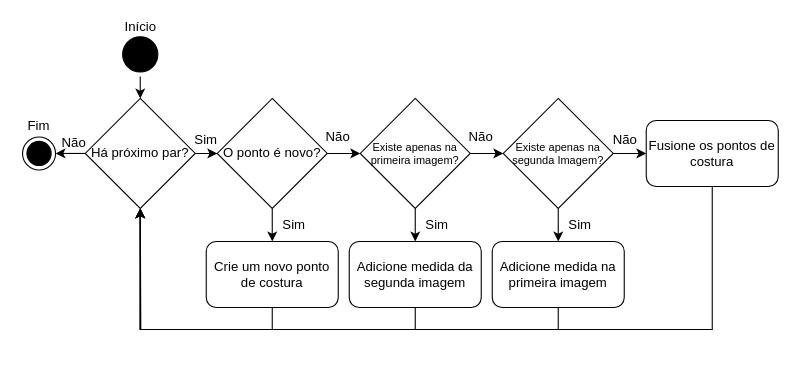
Above: page "Fluxo_medidas" (5 of 6) of Final_Diagrams.drawio in tatorj/Tcc (draw.io), before the change. Source tidied: cells renumbered, new cells numbered last; positions are measured from the earlier drawing's top-left corner, leaving out a move shared by most shapes. Both pictures are drawn from the tidied source at 110%, with x=0, y=0 at pixel (22, 21).
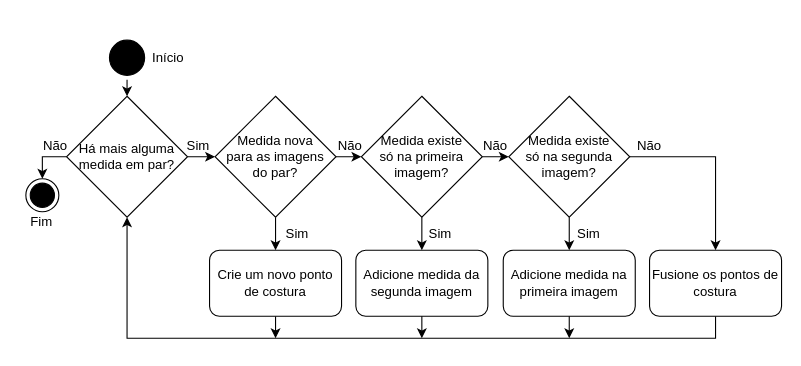
Above is the later version.

The edit, as a diff of the source:
```diff
@@
     <mxCell id="3" style="ellipse;html=1;shape=startState;fillColor=#000000;strokeColor=#000000;" parent="1" vertex="1">
-      <mxGeometry x="87" y="10" width="40" height="40" as="geometry" />
+      <mxGeometry x="75" y="13" width="40" height="40" as="geometry" />
     </mxCell>
-    <mxCell id="4" style="edgeStyle=orthogonalEdgeStyle;rounded=0;jettySize=auto;html=1;fontSize=10;" parent="1" edge="1" source="6" target="15">
+    <mxCell id="4" style="edgeStyle=orthogonalEdgeStyle;rounded=0;jettySize=auto;html=1;fontSize=12;" parent="1" edge="1" source="6" target="15">
       <mxGeometry relative="1" as="geometry" />
     </mxCell>
-    <mxCell id="5" style="edgeStyle=orthogonalEdgeStyle;rounded=0;jettySize=auto;html=1;exitX=0;exitY=0.5;exitDx=0;exitDy=0;entryX=1;entryY=0.5;entryDx=0;entryDy=0;" parent="1" edge="1" source="6" target="32">
+    <mxCell id="5" style="edgeStyle=orthogonalEdgeStyle;rounded=0;jettySize=auto;html=1;exitX=0;exitY=0.5;exitDx=0;exitDy=0;entryX=0.5;entryY=0;entryDx=0;entryDy=0;fontSize=12;" parent="1" edge="1" source="6" target="32">
       <mxGeometry relative="1" as="geometry" />
     </mxCell>
-    <mxCell id="6" value="Há próximo par?" style="rhombus;whiteSpace=wrap;html=1;strokeColor=#000000;" parent="1" vertex="1">
-      <mxGeometry x="57" y="70" width="100" height="100" as="geometry" />
+    <mxCell id="6" value="Há mais alguma&lt;br&gt;medida em par?" style="rhombus;whiteSpace=wrap;html=1;strokeColor=#000000;gradientColor=none;fontSize=12;" parent="1" vertex="1">
+      <mxGeometry x="40" y="68" width="110" height="110" as="geometry" />
     </mxCell>
-    <mxCell id="7" style="edgeStyle=orthogonalEdgeStyle;rounded=0;jettySize=auto;html=1;" parent="1" edge="1" source="9" target="12">
+    <mxCell id="7" style="edgeStyle=orthogonalEdgeStyle;rounded=0;jettySize=auto;html=1;fontSize=12;" parent="1" edge="1" source="9" target="12">
       <mxGeometry relative="1" as="geometry" />
     </mxCell>
@@
-    <mxCell id="9" value="Existe apenas na primeira imagem?" style="rhombus;whiteSpace=wrap;html=1;strokeColor=#000000;fontSize=10;" parent="1" vertex="1">
-      <mxGeometry x="307" y="70" width="100" height="100" as="geometry" />
+    <mxCell id="9" value="Medida existe&lt;br&gt;só na primeira imagem?" style="rhombus;whiteSpace=wrap;html=1;strokeColor=#000000;fontSize=12;" parent="1" vertex="1">
+      <mxGeometry x="308" y="68" width="110" height="110" as="geometry" />
     </mxCell>
@@
-    <mxCell id="12" value="Existe apenas na segunda Imagem?" style="rhombus;whiteSpace=wrap;html=1;strokeColor=#000000;verticalAlign=middle;align=center;horizontal=1;fontSize=10;" parent="1" vertex="1">
-      <mxGeometry x="437" y="70" width="100" height="100" as="geometry" />
+    <mxCell id="12" value="Medida existe&lt;br&gt;só na segunda imagem?" style="rhombus;whiteSpace=wrap;html=1;strokeColor=#000000;verticalAlign=middle;align=center;horizontal=1;fontSize=12;" parent="1" vertex="1">
+      <mxGeometry x="442" y="68" width="110" height="110" as="geometry" />
     </mxCell>
@@
-    <mxCell id="15" value="O ponto é novo?" style="rhombus;whiteSpace=wrap;html=1;strokeColor=#000000;" parent="1" vertex="1">
-      <mxGeometry x="177" y="70" width="100" height="100" as="geometry" />
+    <mxCell id="15" value="Medida nova &lt;br&gt;para as imagens &lt;br&gt;do par?" style="rhombus;whiteSpace=wrap;html=1;strokeColor=#000000;fontSize=12;" parent="1" vertex="1">
+      <mxGeometry x="175" y="68" width="110" height="110" as="geometry" />
     </mxCell>
-    <mxCell id="16" style="edgeStyle=orthogonalEdgeStyle;rounded=0;jettySize=auto;html=1;exitX=0.5;exitY=1;exitDx=0;exitDy=0;entryX=0.5;entryY=1;entryDx=0;entryDy=0;fontSize=12;" parent="1" edge="1" source="17" target="6">
-      <mxGeometry relative="1" as="geometry" />
+    <mxCell id="16" style="edgeStyle=orthogonalEdgeStyle;rounded=0;jettySize=auto;html=1;exitX=0.5;exitY=1;exitDx=0;exitDy=0;fontSize=12;" parent="1" edge="1" source="17">
+      <mxGeometry relative="1" as="geometry">
+        <mxPoint x="230" y="288" as="targetPoint" />
+      </mxGeometry>
     </mxCell>
-    <mxCell id="17" value="Crie um novo ponto de costura" style="rounded=1;whiteSpace=wrap;html=1;fontSize=12;strokeColor=#000000;" parent="1" vertex="1">
-      <mxGeometry x="167" y="200" width="120" height="60" as="geometry" />
+    <mxCell id="17" value="Crie um novo ponto de costura" style="rounded=1;whiteSpace=wrap;html=1;fontSize=12;strokeColor=#000000;flipH=1;flipV=1;" parent="1" vertex="1">
+      <mxGeometry x="170" y="208" width="120" height="60" as="geometry" />
     </mxCell>
-    <mxCell id="18" value="Sim" style="text;html=1;strokeColor=none;fillColor=none;align=center;verticalAlign=middle;whiteSpace=wrap;rounded=0;" parent="1" vertex="1">
-      <mxGeometry x="137" y="93" width="60" height="30" as="geometry" />
+    <mxCell id="18" value="Sim" style="text;html=1;strokeColor=none;fillColor=none;align=center;verticalAlign=middle;whiteSpace=wrap;rounded=0;fontSize=12;" parent="1" vertex="1">
+      <mxGeometry x="130" y="98" width="60" height="30" as="geometry" />
     </mxCell>
-    <mxCell id="19" value="Sim" style="text;html=1;strokeColor=none;fillColor=none;align=center;verticalAlign=middle;whiteSpace=wrap;rounded=0;" parent="1" vertex="1">
-      <mxGeometry x="477" y="170" width="60" height="30" as="geometry" />
+    <mxCell id="19" value="Sim" style="text;html=1;strokeColor=none;fillColor=none;align=center;verticalAlign=middle;whiteSpace=wrap;rounded=0;fontSize=12;" parent="1" vertex="1">
+      <mxGeometry x="485" y="178" width="60" height="30" as="geometry" />
     </mxCell>
-    <mxCell id="20" value="Sim" style="text;html=1;strokeColor=none;fillColor=none;align=center;verticalAlign=middle;whiteSpace=wrap;rounded=0;" parent="1" vertex="1">
-      <mxGeometry x="347" y="170" width="60" height="30" as="geometry" />
+    <mxCell id="20" value="Sim" style="text;html=1;strokeColor=none;fillColor=none;align=center;verticalAlign=middle;whiteSpace=wrap;rounded=0;fontSize=12;" parent="1" vertex="1">
+      <mxGeometry x="350" y="178" width="60" height="30" as="geometry" />
     </mxCell>
-    <mxCell id="21" value="Sim" style="text;html=1;strokeColor=none;fillColor=none;align=center;verticalAlign=middle;whiteSpace=wrap;rounded=0;" parent="1" vertex="1">
-      <mxGeometry x="217" y="170" width="60" height="30" as="geometry" />
+    <mxCell id="21" value="Sim" style="text;html=1;strokeColor=none;fillColor=none;align=center;verticalAlign=middle;whiteSpace=wrap;rounded=0;fontSize=12;" parent="1" vertex="1">
+      <mxGeometry x="220" y="178" width="60" height="30" as="geometry" />
     </mxCell>
-    <mxCell id="22" value="Não" style="text;html=1;strokeColor=none;fillColor=none;align=center;verticalAlign=middle;whiteSpace=wrap;rounded=0;" parent="1" vertex="1">
-      <mxGeometry x="17" y="96" width="60" height="30" as="geometry" />
+    <mxCell id="22" value="Não" style="text;html=1;strokeColor=none;fillColor=none;align=center;verticalAlign=middle;whiteSpace=wrap;rounded=0;fontSize=12;" parent="1" vertex="1">
+      <mxGeometry y="98" width="60" height="30" as="geometry" />
     </mxCell>
-    <mxCell id="23" value="Não" style="text;html=1;strokeColor=none;fillColor=none;align=center;verticalAlign=middle;whiteSpace=wrap;rounded=0;" parent="1" vertex="1">
-      <mxGeometry x="518" y="93" width="60" height="30" as="geometry" />
+    <mxCell id="23" value="Não" style="text;html=1;strokeColor=none;fillColor=none;align=center;verticalAlign=middle;whiteSpace=wrap;rounded=0;fontSize=12;" parent="1" vertex="1">
+      <mxGeometry x="540" y="98" width="60" height="30" as="geometry" />
     </mxCell>
-    <mxCell id="24" value="Não" style="text;html=1;strokeColor=none;fillColor=none;align=center;verticalAlign=middle;whiteSpace=wrap;rounded=0;" parent="1" vertex="1">
-      <mxGeometry x="387" y="90" width="60" height="30" as="geometry" />
+    <mxCell id="24" value="Não" style="text;html=1;strokeColor=none;fillColor=none;align=center;verticalAlign=middle;whiteSpace=wrap;rounded=0;fontSize=12;" parent="1" vertex="1">
+      <mxGeometry x="400" y="98" width="60" height="30" as="geometry" />
     </mxCell>
-    <mxCell id="25" value="Não" style="text;html=1;strokeColor=none;fillColor=none;align=center;verticalAlign=middle;whiteSpace=wrap;rounded=0;" parent="1" vertex="1">
-      <mxGeometry x="257" y="90" width="60" height="30" as="geometry" />
+    <mxCell id="25" value="Não" style="text;html=1;strokeColor=none;fillColor=none;align=center;verticalAlign=middle;whiteSpace=wrap;rounded=0;fontSize=12;" parent="1" vertex="1">
+      <mxGeometry x="268" y="98" width="60" height="30" as="geometry" />
     </mxCell>
-    <mxCell id="26" style="edgeStyle=orthogonalEdgeStyle;rounded=0;jettySize=auto;html=1;exitX=0.5;exitY=1;exitDx=0;exitDy=0;fontSize=12;" parent="1" edge="1" source="27">
+    <mxCell id="26" style="edgeStyle=orthogonalEdgeStyle;rounded=0;orthogonalLoop=1;jettySize=auto;html=1;exitX=0.5;exitY=1;exitDx=0;exitDy=0;fontSize=12;" parent="1" edge="1">
       <mxGeometry relative="1" as="geometry">
-        <mxPoint x="107" y="170" as="targetPoint" />
+        <mxPoint x="363" y="266" as="sourcePoint" />
+        <mxPoint x="363" y="288" as="targetPoint" />
       </mxGeometry>
     </mxCell>
-    <mxCell id="27" value="Adicione medida da segunda imagem" style="rounded=1;whiteSpace=wrap;html=1;fontSize=12;strokeColor=#000000;" parent="1" vertex="1">
-      <mxGeometry x="297" y="200" width="120" height="60" as="geometry" />
+    <mxCell id="27" value="Adicione medida da segunda imagem" style="rounded=1;whiteSpace=wrap;html=1;fontSize=12;strokeColor=#000000;flipH=1;flipV=1;" parent="1" vertex="1">
+      <mxGeometry x="303" y="208" width="120" height="60" as="geometry" />
     </mxCell>
-    <mxCell id="28" style="edgeStyle=orthogonalEdgeStyle;rounded=0;jettySize=auto;html=1;exitX=0.5;exitY=1;exitDx=0;exitDy=0;entryX=0.5;entryY=1;entryDx=0;entryDy=0;fontSize=12;" parent="1" edge="1" source="29" target="6">
-      <mxGeometry relative="1" as="geometry" />
+    <mxCell id="28" style="edgeStyle=orthogonalEdgeStyle;rounded=0;orthogonalLoop=1;jettySize=auto;html=1;exitX=0.5;exitY=1;exitDx=0;exitDy=0;fontSize=12;" parent="1" edge="1">
+      <mxGeometry relative="1" as="geometry">
+        <mxPoint x="497" y="266" as="sourcePoint" />
+        <mxPoint x="497" y="288" as="targetPoint" />
+      </mxGeometry>
     </mxCell>
-    <mxCell id="29" value="Adicione medida na primeira imagem" style="rounded=1;whiteSpace=wrap;html=1;fontSize=12;strokeColor=#000000;" parent="1" vertex="1">
-      <mxGeometry x="427" y="200" width="120" height="60" as="geometry" />
+    <mxCell id="29" value="Adicione medida na primeira imagem" style="rounded=1;whiteSpace=wrap;html=1;fontSize=12;strokeColor=#000000;flipH=1;flipV=1;" parent="1" vertex="1">
+      <mxGeometry x="437" y="208" width="120" height="60" as="geometry" />
     </mxCell>
     <mxCell id="30" style="edgeStyle=orthogonalEdgeStyle;rounded=0;jettySize=auto;html=1;exitX=0.5;exitY=1;exitDx=0;exitDy=0;entryX=0.5;entryY=1;entryDx=0;entryDy=0;fontSize=12;" parent="1" edge="1" source="31" target="6">
       <mxGeometry relative="1" as="geometry">
         <Array as="points">
-          <mxPoint x="627" y="280" />
-          <mxPoint x="107" y="280" />
+          <mxPoint x="630" y="288" />
+          <mxPoint x="95" y="288" />
         </Array>
       </mxGeometry>
     </mxCell>
-    <mxCell id="31" value="Fusione os pontos de costura" style="rounded=1;whiteSpace=wrap;html=1;fontSize=12;strokeColor=#000000;" parent="1" vertex="1">
-      <mxGeometry x="567" y="90" width="120" height="60" as="geometry" />
+    <mxCell id="31" value="Fusione os pontos de costura" style="rounded=1;whiteSpace=wrap;html=1;fontSize=12;strokeColor=#000000;flipH=1;flipV=1;" parent="1" vertex="1">
+      <mxGeometry x="570" y="208" width="120" height="60" as="geometry" />
     </mxCell>
     <mxCell id="32" style="ellipse;html=1;shape=endState;fillColor=#000000;strokeColor=#000000;fontSize=12;" parent="1" vertex="1">
-      <mxGeometry y="105" width="30" height="30" as="geometry" />
+      <mxGeometry x="3" y="143" width="30" height="30" as="geometry" />
     </mxCell>
-    <mxCell id="33" value="Início" style="text;html=1;strokeColor=none;fillColor=none;align=center;verticalAlign=middle;whiteSpace=wrap;rounded=0;" parent="1" vertex="1">
-      <mxGeometry x="90.5" width="33" height="10" as="geometry" />
+    <mxCell id="33" value="Início" style="text;html=1;align=center;verticalAlign=middle;strokeColor=none;fillColor=none;fontSize=12;" parent="1" vertex="1">
+      <mxGeometry x="112" y="23" width="40" height="20" as="geometry" />
     </mxCell>
-    <mxCell id="34" value="Fim" style="text;html=1;strokeColor=none;fillColor=none;align=center;verticalAlign=middle;whiteSpace=wrap;rounded=0;" parent="1" vertex="1">
-      <mxGeometry x="5" y="90" width="20" height="10" as="geometry" />
+    <mxCell id="34" value="Fim" style="text;html=1;align=center;verticalAlign=middle;strokeColor=none;fillColor=none;fontSize=12;" parent="1" vertex="1">
+      <mxGeometry x="-3" y="172" width="40" height="20" as="geometry" />
     </mxCell>
```
